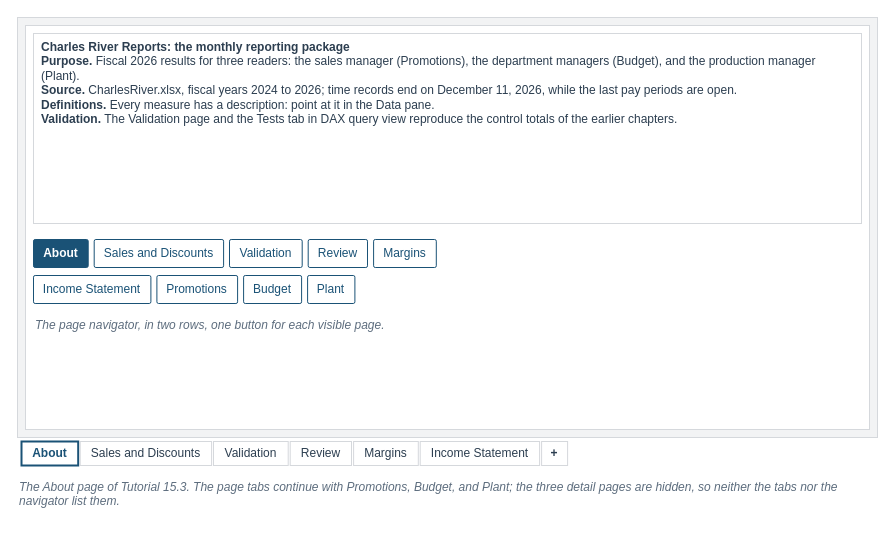
Earlier version of the draw.io diagram visuals/src/fig-15-12-about-page.drawio (mmcodesso/Accounting_Analytics_Book). Source tidied: cells renumbered, new cells numbered last; positions are measured from the earlier drawing's top-left corner, leaving out a move shared by most shapes. Both pictures are drawn from the tidied source at 100%, with x=0, y=0 at pixel (17, 17).
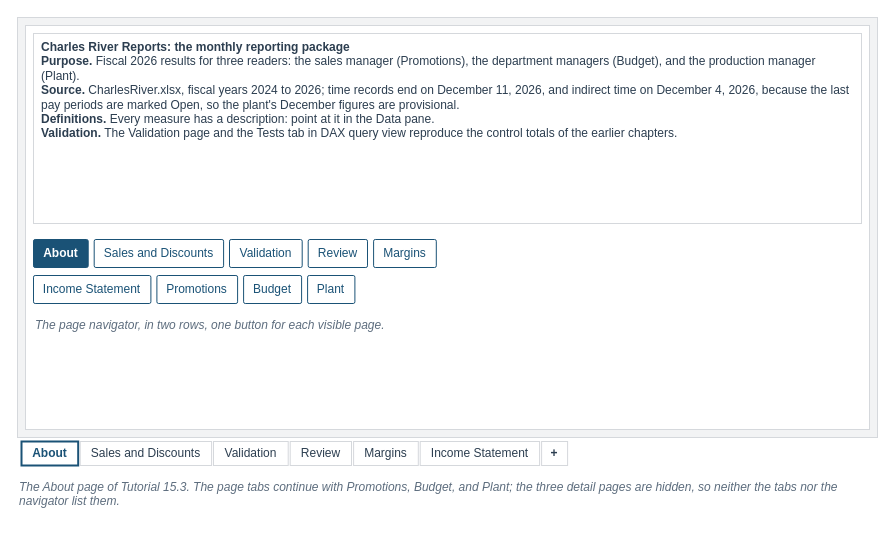
After the change.

Diff of the diagram source:
```diff
@@
-    <mxCell id="5" value="&lt;b&gt;Charles River Reports: the monthly reporting package&lt;/b&gt;&lt;br&gt;&lt;b&gt;Purpose.&lt;/b&gt; Fiscal 2026 results for three readers: the sales manager (Promotions), the department managers (Budget), and the production manager (Plant).&lt;br&gt;&lt;b&gt;Source.&lt;/b&gt; CharlesRiver.xlsx, fiscal years 2024 to 2026; time records end on December 11, 2026, while the last pay periods are open.&lt;br&gt;&lt;b&gt;Definitions.&lt;/b&gt; Every measure has a description: point at it in the Data pane.&lt;br&gt;&lt;b&gt;Validation.&lt;/b&gt; The Validation page and the Tests tab in DAX query view reproduce the control totals of the earlier chapters." style="rounded=0;arcSize=6;whiteSpace=wrap;html=1;fillColor=#FFFFFF;strokeColor=#D5D8DC;strokeWidth=1;fontColor=#2C3E50;fontSize=12;fontStyle=0;align=left;verticalAlign=top;fontFamily=Helvetica;spacingLeft=6;spacingRight=6;" parent="1" vertex="1">
+    <mxCell id="5" value="&lt;b&gt;Charles River Reports: the monthly reporting package&lt;/b&gt;&lt;br&gt;&lt;b&gt;Purpose.&lt;/b&gt; Fiscal 2026 results for three readers: the sales manager (Promotions), the department managers (Budget), and the production manager (Plant).&lt;br&gt;&lt;b&gt;Source.&lt;/b&gt; CharlesRiver.xlsx, fiscal years 2024 to 2026; time records end on December 11, 2026, and indirect time on December 4, 2026, because the last pay periods are marked Open, so the plant's December figures are provisional.&lt;br&gt;&lt;b&gt;Definitions.&lt;/b&gt; Every measure has a description: point at it in the Data pane.&lt;br&gt;&lt;b&gt;Validation.&lt;/b&gt; The Validation page and the Tests tab in DAX query view reproduce the control totals of the earlier chapters." style="rounded=0;arcSize=6;whiteSpace=wrap;html=1;fillColor=#FFFFFF;strokeColor=#D5D8DC;strokeWidth=1;fontColor=#2C3E50;fontSize=12;fontStyle=0;align=left;verticalAlign=top;fontFamily=Helvetica;spacingLeft=6;spacingRight=6;" parent="1" vertex="1">
       <mxGeometry x="16" y="16" width="828" height="190" as="geometry" />
     </mxCell>
```
